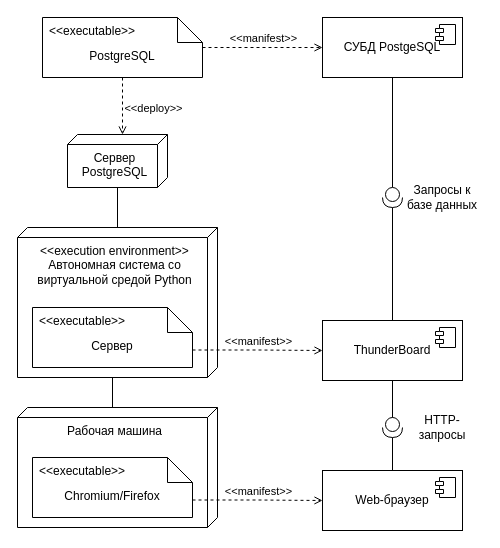
Above: docs/raw_diagrams/deployment.drawio in aVorotnikov/thunder_board (draw.io), before the change. Source tidied: cells renumbered, new cells numbered last; positions are measured from the earlier drawing's top-left corner, leaving out a move shared by most shapes. Both pictures are drawn from the tidied source at 100%, with x=0, y=0 at pixel (17, 17).
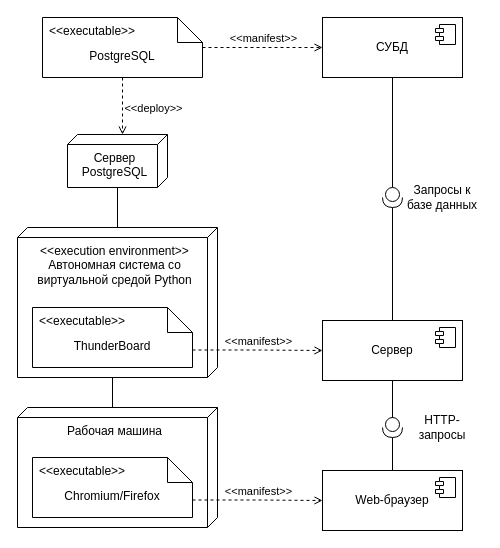
After the change.

Commit message (it also covers changes not shown here):
Исправлена диаграмма размещения

Change to the diagram source:
```diff
@@
-    <mxCell id="6" value="СУБД PostgeSQL" style="html=1;whiteSpace=wrap;" parent="1" vertex="1">
+    <mxCell id="6" value="СУБД" style="html=1;whiteSpace=wrap;" parent="1" vertex="1">
       <mxGeometry x="305" width="140" height="60" as="geometry" />
     </mxCell>
@@
-    <mxCell id="13" value="Сервер" style="shape=note2;boundedLbl=1;whiteSpace=wrap;html=1;size=25;verticalAlign=top;align=center;" parent="1" vertex="1">
+    <mxCell id="13" value="ThunderBoard" style="shape=note2;boundedLbl=1;whiteSpace=wrap;html=1;size=25;verticalAlign=top;align=center;" parent="1" vertex="1">
       <mxGeometry x="15" y="290" width="160" height="60" as="geometry" />
     </mxCell>
@@
-    <mxCell id="15" value="ThunderBoard" style="html=1;whiteSpace=wrap;" parent="1" vertex="1">
+    <mxCell id="15" value="Сервер" style="html=1;whiteSpace=wrap;" parent="1" vertex="1">
       <mxGeometry x="305" y="303" width="140" height="60" as="geometry" />
     </mxCell>
```
